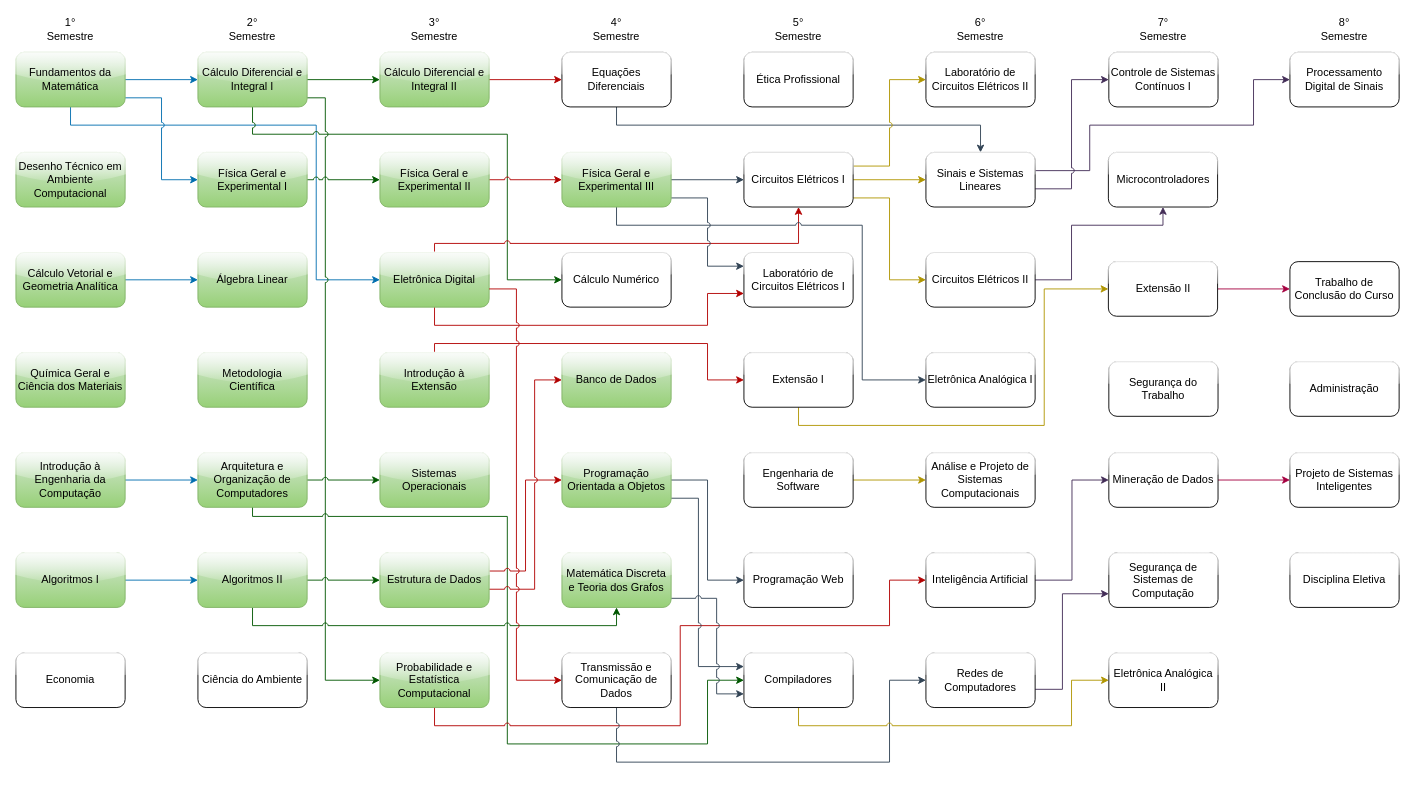
The draw.io diagram fluxograma-disciplinas.drawio in mateus-s-a/IFMT_Eng_Computacao, before the edit. Source tidied: cells renumbered, new cells numbered last; positions are measured from the earlier drawing's top-left corner, leaving out a move shared by most shapes. Both pictures are drawn from the tidied source at 91%, with x=0, y=0 at pixel (15, 15).
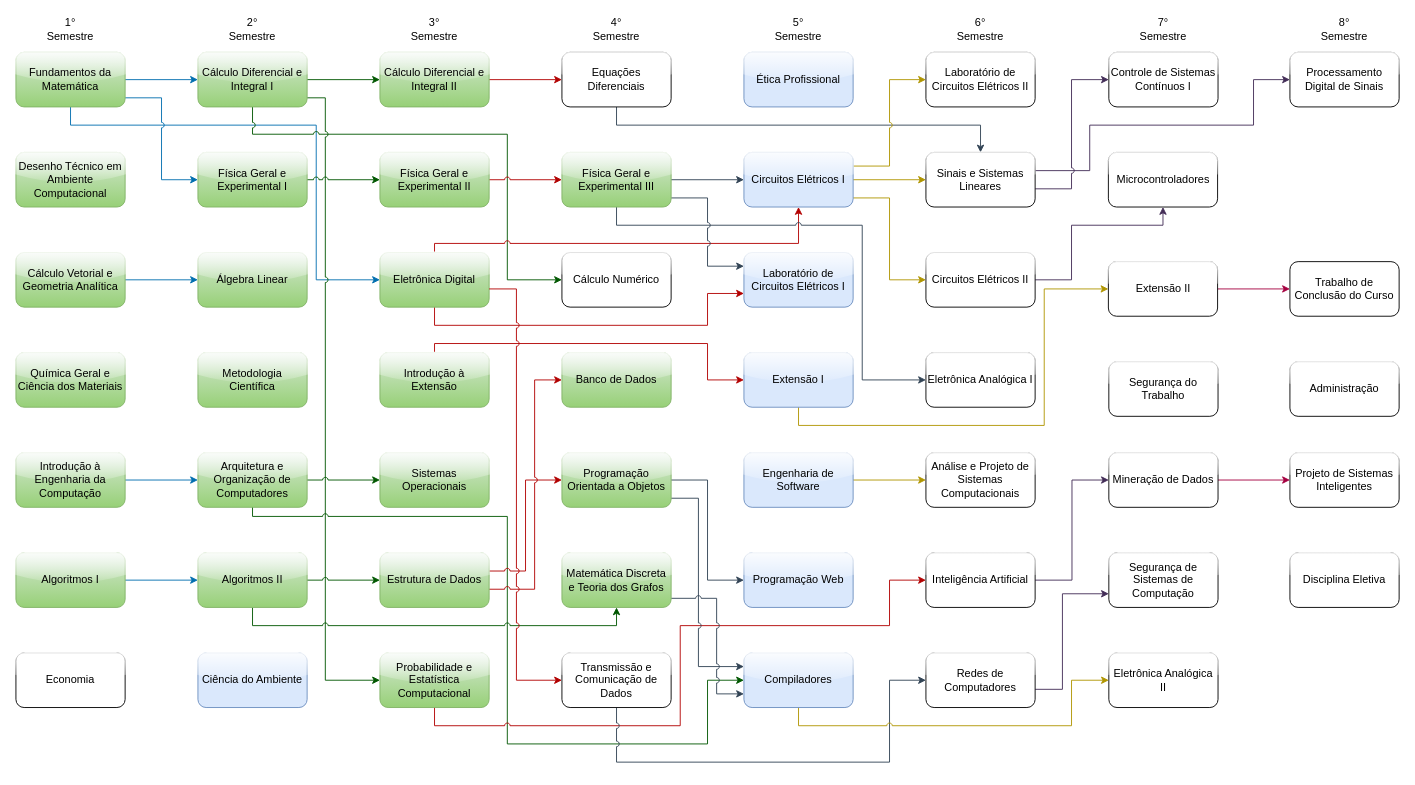
The same diagram, later.

Unchanged cells that the change refers to:
```xml
<mxCell id="55" style="group;" parent="1" vertex="1">
  <mxGeometry x="200" width="120" height="760" as="geometry" />
</mxCell>
<mxCell id="82" style="group;" parent="1" vertex="1">
  <mxGeometry x="800" width="120" height="760" as="geometry" />
</mxCell>
```

The edit, as a diff of the source:
```diff
@@
-    <mxCell id="62" value="Ciência do Ambiente" style="rounded=1;whiteSpace=wrap;html=1;glass=1;" parent="55" vertex="1">
+    <mxCell id="62" value="Ciência do Ambiente" style="rounded=1;whiteSpace=wrap;html=1;glass=1;fillColor=#dae8fc;strokeColor=#6c8ebf;" parent="55" vertex="1">
       <mxGeometry y="700" width="120" height="60" as="geometry" />
     </mxCell>
@@
-    <mxCell id="83" value="Ética Profissional" style="rounded=1;whiteSpace=wrap;html=1;glass=1;" parent="82" vertex="1">
+    <mxCell id="83" value="Ética Profissional" style="rounded=1;whiteSpace=wrap;html=1;glass=1;fillColor=#dae8fc;strokeColor=#6c8ebf;" parent="82" vertex="1">
       <mxGeometry y="40" width="120" height="60" as="geometry" />
     </mxCell>
-    <mxCell id="84" value="Circuitos Elétricos I" style="rounded=1;whiteSpace=wrap;html=1;glass=1;" parent="82" vertex="1">
+    <mxCell id="84" value="Circuitos Elétricos I" style="rounded=1;whiteSpace=wrap;html=1;glass=1;fillColor=#dae8fc;strokeColor=#6c8ebf;" parent="82" vertex="1">
       <mxGeometry y="150" width="120" height="60" as="geometry" />
     </mxCell>
-    <mxCell id="85" value="Laboratório de Circuitos Elétricos I" style="rounded=1;whiteSpace=wrap;html=1;glass=1;" parent="82" vertex="1">
+    <mxCell id="85" value="Laboratório de Circuitos Elétricos I" style="rounded=1;whiteSpace=wrap;html=1;glass=1;fillColor=#dae8fc;strokeColor=#6c8ebf;" parent="82" vertex="1">
       <mxGeometry y="260" width="120" height="60" as="geometry" />
     </mxCell>
-    <mxCell id="86" value="Extensão I" style="rounded=1;whiteSpace=wrap;html=1;glass=1;" parent="82" vertex="1">
+    <mxCell id="86" value="Extensão I" style="rounded=1;whiteSpace=wrap;html=1;glass=1;fillColor=#dae8fc;strokeColor=#6c8ebf;" parent="82" vertex="1">
       <mxGeometry y="370" width="120" height="60" as="geometry" />
     </mxCell>
-    <mxCell id="87" value="Engenharia de Software" style="rounded=1;whiteSpace=wrap;html=1;glass=1;" parent="82" vertex="1">
+    <mxCell id="87" value="Engenharia de Software" style="rounded=1;whiteSpace=wrap;html=1;glass=1;fillColor=#dae8fc;strokeColor=#6c8ebf;" parent="82" vertex="1">
       <mxGeometry y="480" width="120" height="60" as="geometry" />
     </mxCell>
-    <mxCell id="88" value="Programação Web" style="rounded=1;whiteSpace=wrap;html=1;glass=1;" parent="82" vertex="1">
+    <mxCell id="88" value="Programação Web" style="rounded=1;whiteSpace=wrap;html=1;glass=1;fillColor=#dae8fc;strokeColor=#6c8ebf;" parent="82" vertex="1">
       <mxGeometry y="590" width="120" height="60" as="geometry" />
     </mxCell>
-    <mxCell id="89" value="Compiladores" style="rounded=1;whiteSpace=wrap;html=1;glass=1;" parent="82" vertex="1">
+    <mxCell id="89" value="Compiladores" style="rounded=1;whiteSpace=wrap;html=1;glass=1;fillColor=#dae8fc;strokeColor=#6c8ebf;" parent="82" vertex="1">
       <mxGeometry y="700" width="120" height="60" as="geometry" />
     </mxCell>
```
